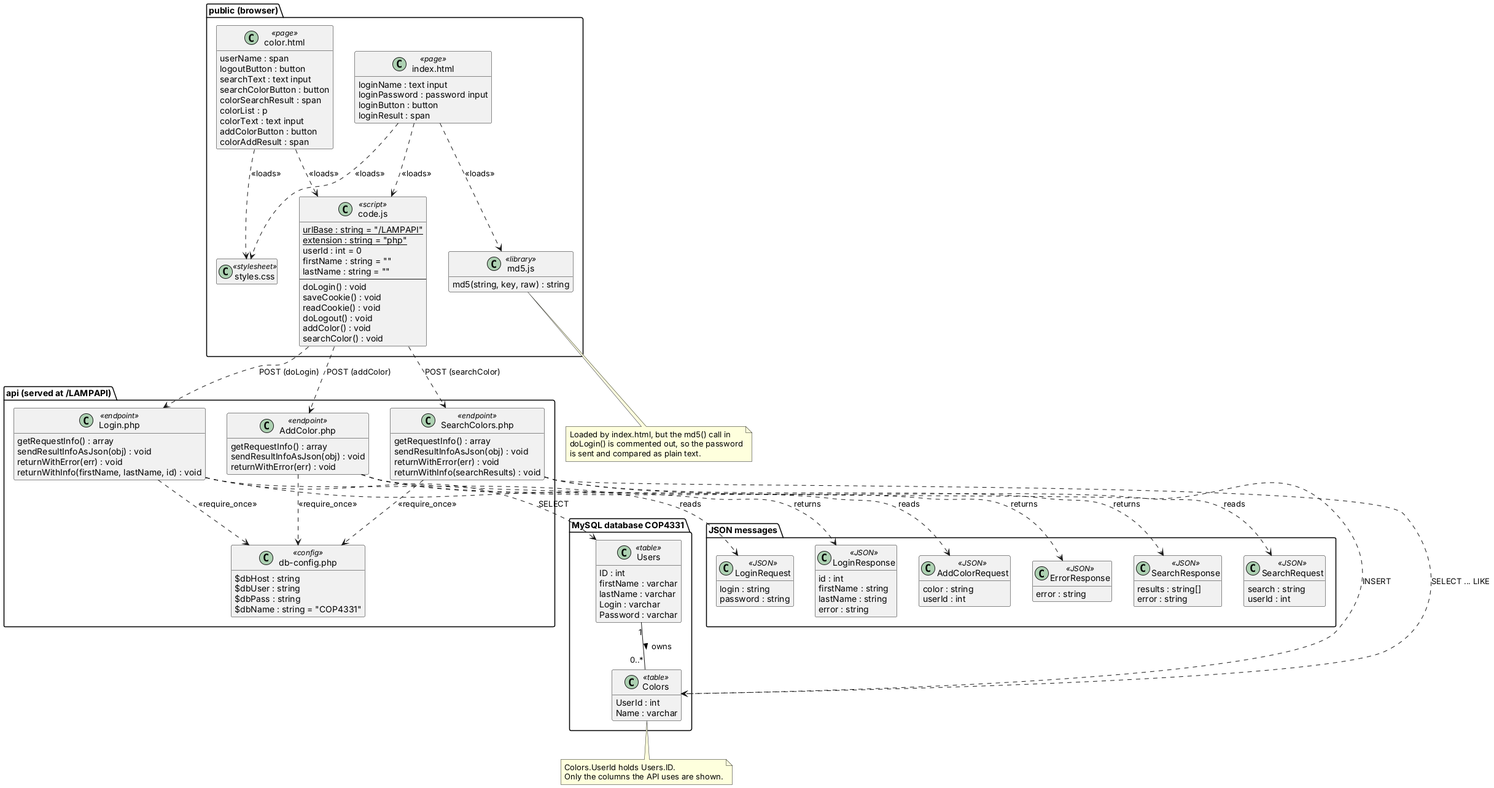
Before: docs/uml/class.png, a diagram exported from PlantUML (acsahl/colors-lab). The source it was exported from:
```plantuml
@startuml class
skinparam shadowing false
skinparam classAttributeIconSize 0
hide empty members

package "public (browser)" {
  class "index.html" as IndexPage <<page>> {
    loginName : text input
    loginPassword : password input
    loginButton : button
    loginResult : span
  }

  class "color.html" as ColorPage <<page>> {
    userName : span
    logoutButton : button
    searchText : text input
    searchColorButton : button
    colorSearchResult : span
    colorList : p
    colorText : text input
    addColorButton : button
    colorAddResult : span
  }

  class "code.js" as CodeJS <<script>> {
    {static} urlBase : string = "/LAMPAPI"
    {static} extension : string = "php"
    userId : int = 0
    firstName : string = ""
    lastName : string = ""
    --
    doLogin() : void
    saveCookie() : void
    readCookie() : void
    doLogout() : void
    addColor() : void
    searchColor() : void
  }

  class "md5.js" as MD5 <<library>> {
    md5(string, key, raw) : string
  }

  class "styles.css" as CSS <<stylesheet>>
}

package "api (served at /LAMPAPI)" {
  class "Login.php" as LoginPHP <<endpoint>> {
    getRequestInfo() : array
    sendResultInfoAsJson(obj) : void
    returnWithError(err) : void
    returnWithInfo(firstName, lastName, id) : void
  }

  class "SearchColors.php" as SearchPHP <<endpoint>> {
    getRequestInfo() : array
    sendResultInfoAsJson(obj) : void
    returnWithError(err) : void
    returnWithInfo(searchResults) : void
  }

  class "AddColor.php" as AddPHP <<endpoint>> {
    getRequestInfo() : array
    sendResultInfoAsJson(obj) : void
    returnWithError(err) : void
  }

  class "db-config.php" as DbConfig <<config>> {
    $dbHost : string
    $dbUser : string
    $dbPass : string
    $dbName : string = "COP4331"
  }
}

package "MySQL database COP4331" {
  class Users <<table>> {
    ID : int
    firstName : varchar
    lastName : varchar
    Login : varchar
    Password : varchar
  }

  class Colors <<table>> {
    UserId : int
    Name : varchar
  }
}

package "JSON messages" {
  class LoginRequest <<JSON>> {
    login : string
    password : string
  }
  class LoginResponse <<JSON>> {
    id : int
    firstName : string
    lastName : string
    error : string
  }
  class SearchRequest <<JSON>> {
    search : string
    userId : int
  }
  class SearchResponse <<JSON>> {
    results : string[]
    error : string
  }
  class AddColorRequest <<JSON>> {
    color : string
    userId : int
  }
  class ErrorResponse <<JSON>> {
    error : string
  }
}

IndexPage ..> CodeJS : <<loads>>
IndexPage ..> MD5 : <<loads>>
IndexPage ..> CSS : <<loads>>
ColorPage ..> CodeJS : <<loads>>
ColorPage ..> CSS : <<loads>>

CodeJS ..> LoginPHP : POST (doLogin)
CodeJS ..> SearchPHP : POST (searchColor)
CodeJS ..> AddPHP : POST (addColor)

LoginPHP ..> DbConfig : <<require_once>>
SearchPHP ..> DbConfig : <<require_once>>
AddPHP ..> DbConfig : <<require_once>>

LoginPHP ..> Users : SELECT
SearchPHP ..> Colors : SELECT ... LIKE
AddPHP ..> Colors : INSERT

Users "1" -- "0..*" Colors : owns >

LoginPHP ..> LoginRequest : reads
LoginPHP ..> LoginResponse : returns
SearchPHP ..> SearchRequest : reads
SearchPHP ..> SearchResponse : returns
AddPHP ..> AddColorRequest : reads
AddPHP ..> ErrorResponse : returns

note bottom of MD5
  Loaded by index.html, but the md5() call in
  doLogin() is commented out, so the password
  is sent and compared as plain text.
end note

note bottom of Colors
  Colors.UserId holds Users.ID.
  Only the columns the API uses are shown.
end note
@enduml
```
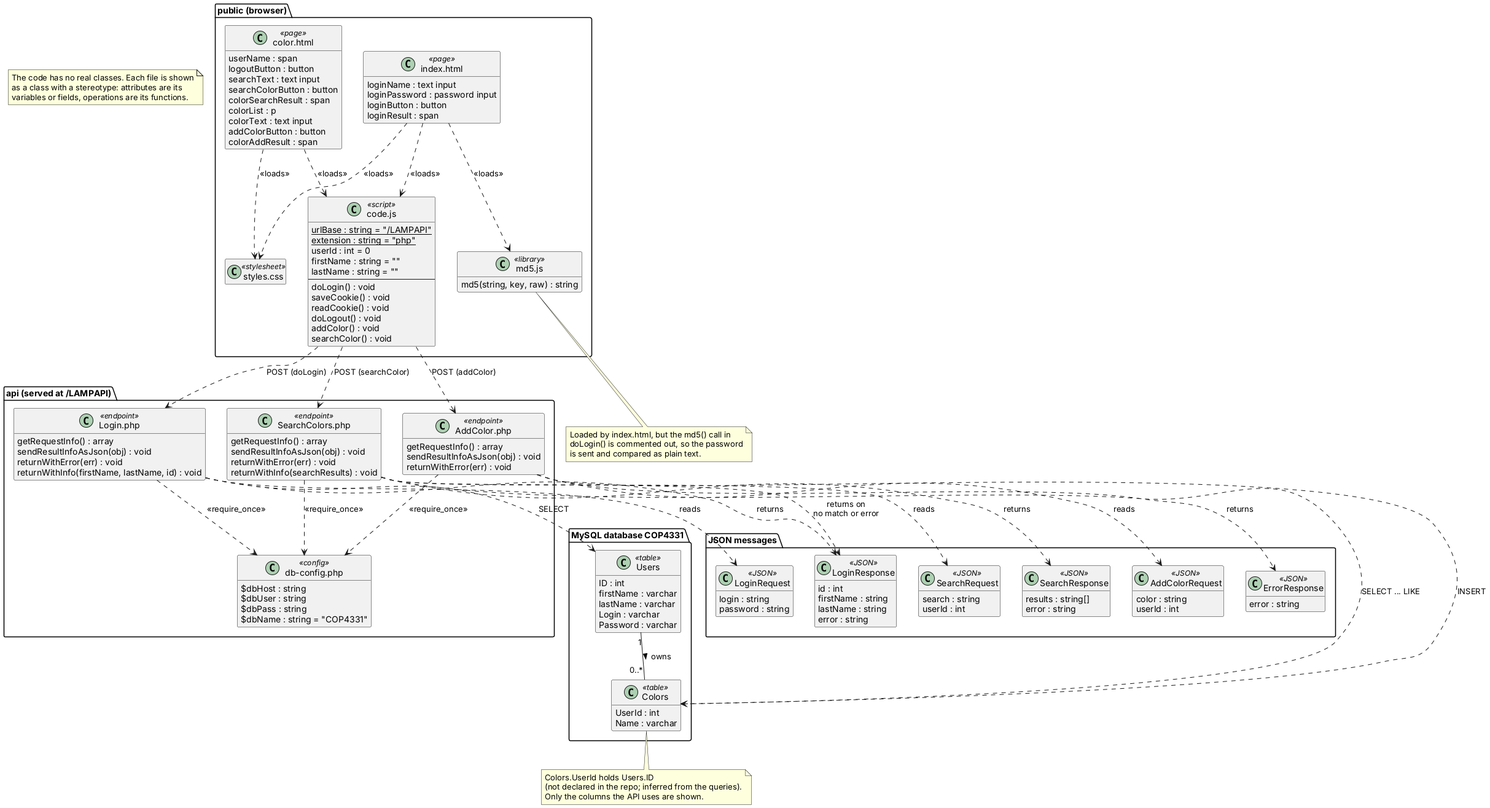
After the commit.

Commit message:
Fix UML diagrams after checking them against the code

Diff of the diagram source:
```diff
@@ -141,8 +141,15 @@
 LoginPHP ..> LoginResponse : returns
 SearchPHP ..> SearchRequest : reads
 SearchPHP ..> SearchResponse : returns
+SearchPHP ..> LoginResponse : returns on\nno match or error
 AddPHP ..> AddColorRequest : reads
 AddPHP ..> ErrorResponse : returns
+
+note as Legend
+  The code has no real classes. Each file is shown
+  as a class with a stereotype: attributes are its
+  variables or fields, operations are its functions.
+end note
 
 note bottom of MD5
   Loaded by index.html, but the md5() call in
@@ -151,7 +158,8 @@
 end note
 
 note bottom of Colors
-  Colors.UserId holds Users.ID.
+  Colors.UserId holds Users.ID
+  (not declared in the repo; inferred from the queries).
   Only the columns the API uses are shown.
 end note
 @enduml
```
